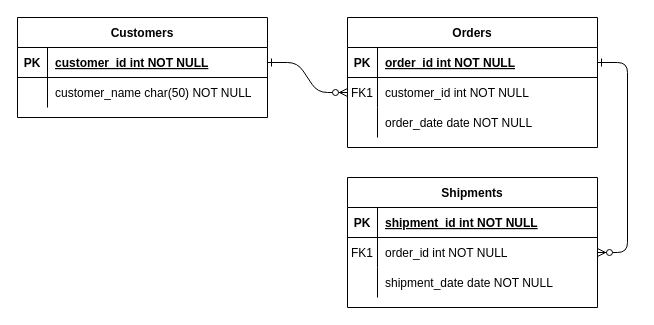
luth-fi02/drawio keeps this draw.io diagram as ERD.drawio. Above is the earlier version. Source tidied: cells renumbered, new cells numbered last; positions are measured from the earlier drawing's top-left corner, leaving out a move shared by most shapes. Both pictures are drawn from the tidied source at 100%, with x=0, y=0 at pixel (17, 17).
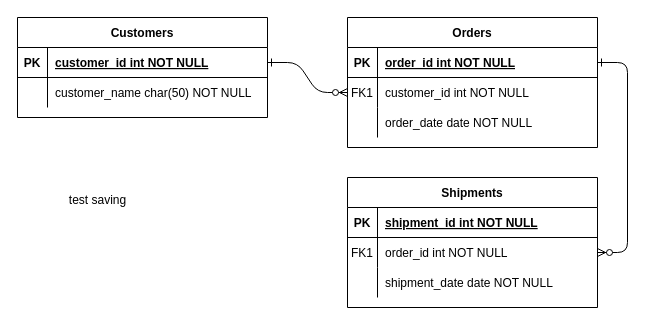
The same page after the edit.

Change to the diagram source:
```diff
@@
+    <mxCell id="31" value="test saving" style="text;html=1;align=center;verticalAlign=middle;strokeColor=none;fillColor=none;" parent="1" vertex="1">
+      <mxGeometry x="40" y="168" width="80" height="30" as="geometry" />
+    </mxCell>
```
